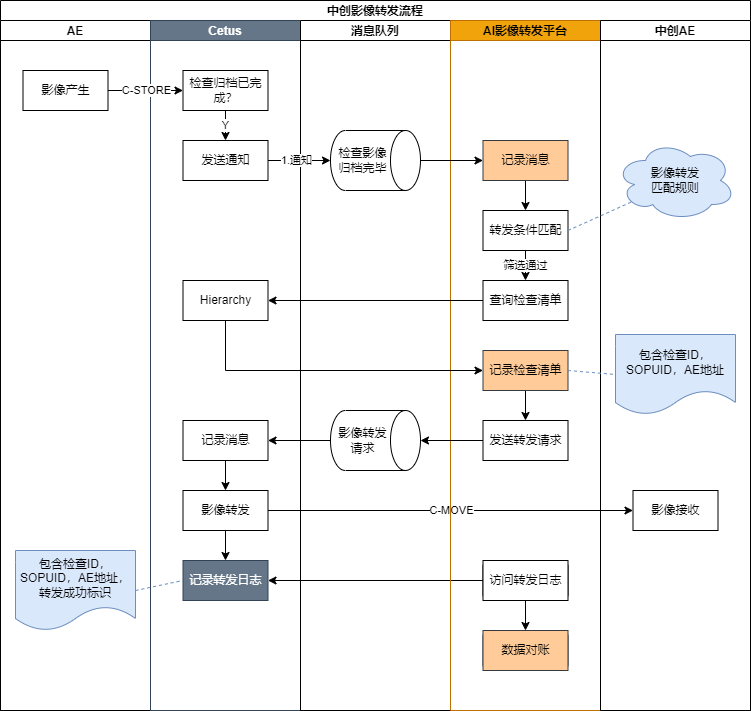
This is uih/output/千县-影像转发流程图.drawio.png from xzs603/draw.io, a draw.io export, as it was before one commit. Source tidied: cells renumbered, new cells last; positions are measured from the earlier drawing's top-left corner, leaving out a move shared by most shapes.
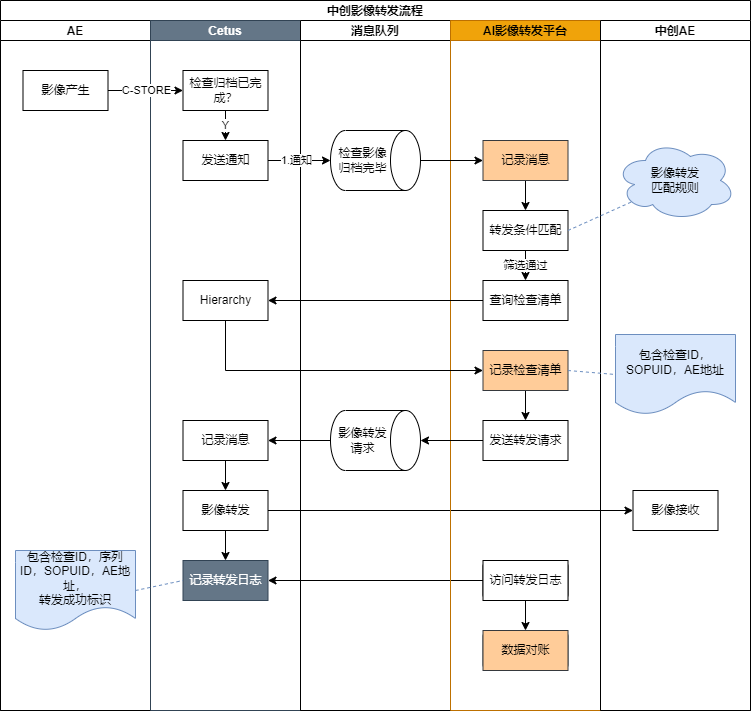
After the change.

What changed in the source:
```diff
@@ -11,7 +11,7 @@
     <mxCell id="4" value="影像产生" style="rounded=0;whiteSpace=wrap;html=1;fillColor=#FFFFFF;gradientColor=none;" parent="3" vertex="1">
       <mxGeometry x="22.5" y="50" width="85" height="40" as="geometry" />
     </mxCell>
-    <mxCell id="5" value="包含检查ID，SOPUID，AE地址，&lt;br&gt;转发成功标识" style="shape=document;whiteSpace=wrap;html=1;boundedLbl=1;rounded=0;strokeWidth=1;strokeColor=#6c8ebf;fillColor=#dae8fc;" parent="3" vertex="1">
+    <mxCell id="5" value="包含检查ID，序列ID，SOPUID，AE地址，&lt;br&gt;转发成功标识" style="shape=document;whiteSpace=wrap;html=1;boundedLbl=1;rounded=0;strokeWidth=1;strokeColor=#6c8ebf;fillColor=#dae8fc;" parent="3" vertex="1">
       <mxGeometry x="15" y="530" width="120" height="80" as="geometry" />
     </mxCell>
     <mxCell id="6" value="Cetus" style="swimlane;startSize=20;fillColor=#647687;fontColor=#ffffff;strokeColor=#314354;" parent="2" vertex="1">
@@ -44,7 +44,7 @@
     <mxCell id="15" value="Hierarchy" style="rounded=0;whiteSpace=wrap;html=1;fillColor=#FFFFFF;gradientColor=none;" parent="6" vertex="1">
       <mxGeometry x="32.5" y="260" width="85" height="40" as="geometry" />
     </mxCell>
-    <mxCell id="16" value="C-MOVE" style="edgeStyle=orthogonalEdgeStyle;rounded=0;jettySize=auto;html=1;entryX=0;entryY=0.5;entryDx=0;entryDy=0;" parent="2" edge="1" source="13" target="36">
+    <mxCell id="16" style="edgeStyle=orthogonalEdgeStyle;rounded=0;jettySize=auto;html=1;entryX=0;entryY=0.5;entryDx=0;entryDy=0;" parent="2" edge="1" source="13" target="36">
       <mxGeometry relative="1" as="geometry" />
     </mxCell>
     <mxCell id="17" style="edgeStyle=orthogonalEdgeStyle;rounded=0;jettySize=auto;html=1;" parent="2" edge="1" source="28" target="14">
```
